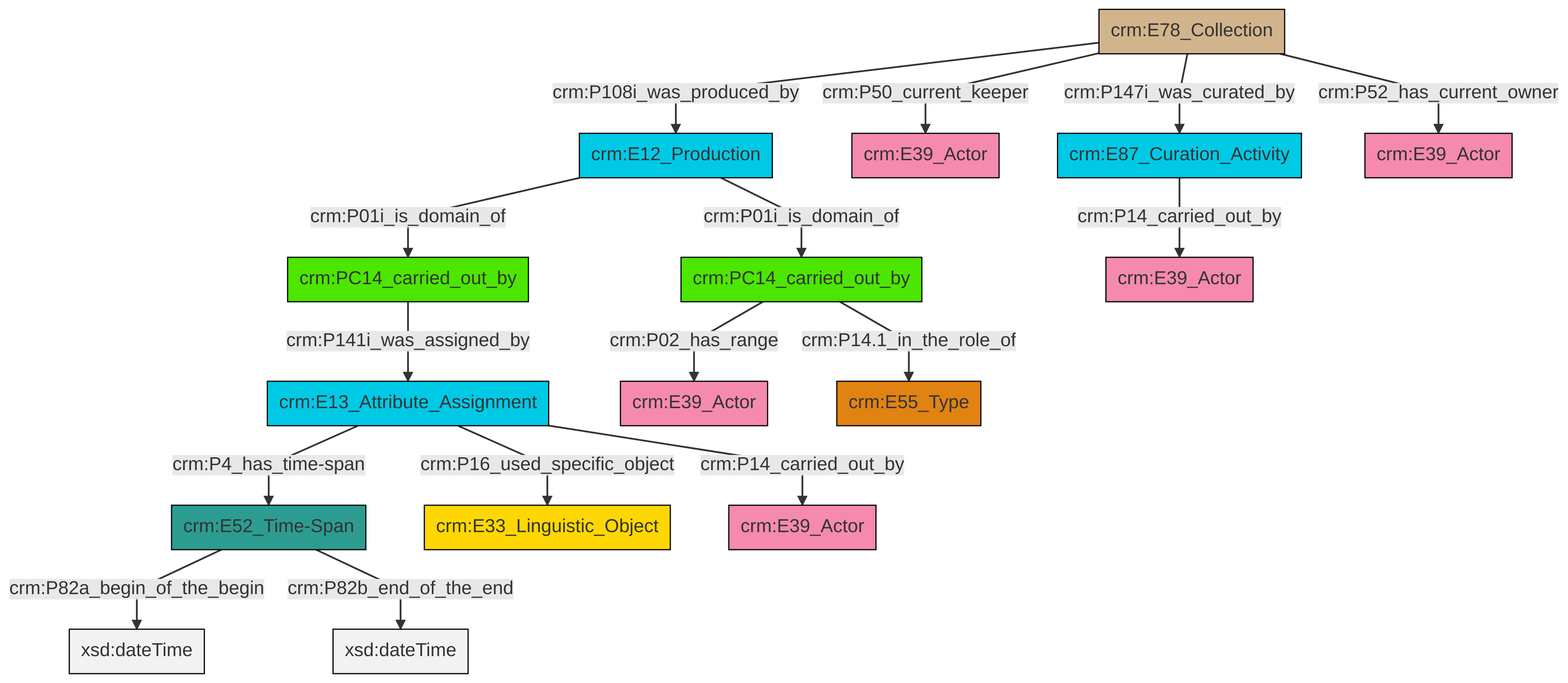
This is et/archivalCSV/ttl/mmd/png/archival_relation.png from swiss-art-research-net/docs.swissartresearch, a Mermaid export, as it was before one commit. Its source is kept beside it as et/archivalCSV/ttl/mmd/archival_relation.ttl.mmd.
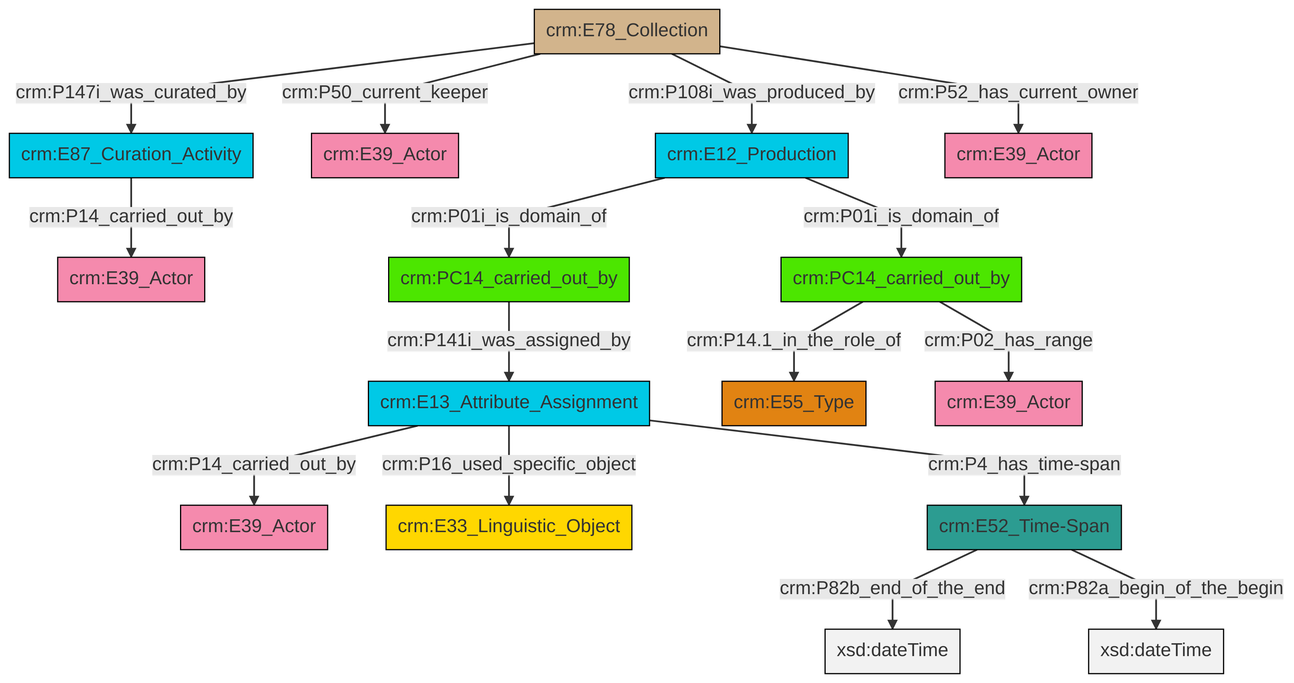
The same diagram one commit later.

What changed in the source:
```diff
@@ -13,18 +13,18 @@
 classDef PC_Classes fill:#4ce600, stroke:#000000;
 classDef Multi fill:#cccccc,stroke:#000000;
 
-0["crm:E52_Time-Span"]:::Time-Span -->|crm:P82a_begin_of_the_begin| 1[xsd:dateTime]:::Literal
-2["crm:E78_Collection"]:::Physical_Thing -->|crm:P147i_was_curated_by| 3["crm:E87_Curation_Activity"]:::Temporal_Entity
-5["crm:PC14_carried_out_by"]:::PC_Classes -->|crm:P141i_was_assigned_by| 6["crm:E13_Attribute_Assignment"]:::Temporal_Entity
-6["crm:E13_Attribute_Assignment"]:::Temporal_Entity -->|crm:P4_has_time-span| 0["crm:E52_Time-Span"]:::Time-Span
-11["crm:PC14_carried_out_by"]:::PC_Classes -->|crm:P02_has_range| 12["crm:E39_Actor"]:::Actor
-9["crm:E12_Production"]:::Temporal_Entity -->|crm:P01i_is_domain_of| 11["crm:PC14_carried_out_by"]:::PC_Classes
-2["crm:E78_Collection"]:::Physical_Thing -->|crm:P108i_was_produced_by| 9["crm:E12_Production"]:::Temporal_Entity
-2["crm:E78_Collection"]:::Physical_Thing -->|crm:P52_has_current_owner| 19["crm:E39_Actor"]:::Actor
-6["crm:E13_Attribute_Assignment"]:::Temporal_Entity -->|crm:P16_used_specific_object| 22["crm:E33_Linguistic_Object"]:::Conceptual_Object
-6["crm:E13_Attribute_Assignment"]:::Temporal_Entity -->|crm:P14_carried_out_by| 23["crm:E39_Actor"]:::Actor
-11["crm:PC14_carried_out_by"]:::PC_Classes -->|crm:P14.1_in_the_role_of| 17["crm:E55_Type"]:::Type
-2["crm:E78_Collection"]:::Physical_Thing -->|crm:P50_current_keeper| 7["crm:E39_Actor"]:::Actor
-9["crm:E12_Production"]:::Temporal_Entity -->|crm:P01i_is_domain_of| 5["crm:PC14_carried_out_by"]:::PC_Classes
-3["crm:E87_Curation_Activity"]:::Temporal_Entity -->|crm:P14_carried_out_by| 26["crm:E39_Actor"]:::Actor
-0["crm:E52_Time-Span"]:::Time-Span -->|crm:P82b_end_of_the_end| 27[xsd:dateTime]:::Literal
+0["crm:E13_Attribute_Assignment"]:::Temporal_Entity -->|crm:P14_carried_out_by| 1["crm:E39_Actor"]:::Actor
+2["crm:E87_Curation_Activity"]:::Temporal_Entity -->|crm:P14_carried_out_by| 3["crm:E39_Actor"]:::Actor
+4["crm:E78_Collection"]:::Physical_Thing -->|crm:P50_current_keeper| 5["crm:E39_Actor"]:::Actor
+6["crm:PC14_carried_out_by"]:::PC_Classes -->|crm:P141i_was_assigned_by| 0["crm:E13_Attribute_Assignment"]:::Temporal_Entity
+0["crm:E13_Attribute_Assignment"]:::Temporal_Entity -->|crm:P16_used_specific_object| 7["crm:E33_Linguistic_Object"]:::Conceptual_Object
+10["crm:E12_Production"]:::Temporal_Entity -->|crm:P01i_is_domain_of| 11["crm:PC14_carried_out_by"]:::PC_Classes
+4["crm:E78_Collection"]:::Physical_Thing -->|crm:P108i_was_produced_by| 10["crm:E12_Production"]:::Temporal_Entity
+11["crm:PC14_carried_out_by"]:::PC_Classes -->|crm:P14.1_in_the_role_of| 12["crm:E55_Type"]:::Type
+0["crm:E13_Attribute_Assignment"]:::Temporal_Entity -->|crm:P4_has_time-span| 13["crm:E52_Time-Span"]:::Time-Span
+4["crm:E78_Collection"]:::Physical_Thing -->|crm:P147i_was_curated_by| 2["crm:E87_Curation_Activity"]:::Temporal_Entity
+10["crm:E12_Production"]:::Temporal_Entity -->|crm:P01i_is_domain_of| 6["crm:PC14_carried_out_by"]:::PC_Classes
+13["crm:E52_Time-Span"]:::Time-Span -->|crm:P82b_end_of_the_end| 19[xsd:dateTime]:::Literal
+13["crm:E52_Time-Span"]:::Time-Span -->|crm:P82a_begin_of_the_begin| 20[xsd:dateTime]:::Literal
+11["crm:PC14_carried_out_by"]:::PC_Classes -->|crm:P02_has_range| 15["crm:E39_Actor"]:::Actor
+4["crm:E78_Collection"]:::Physical_Thing -->|crm:P52_has_current_owner| 27["crm:E39_Actor"]:::Actor
```
